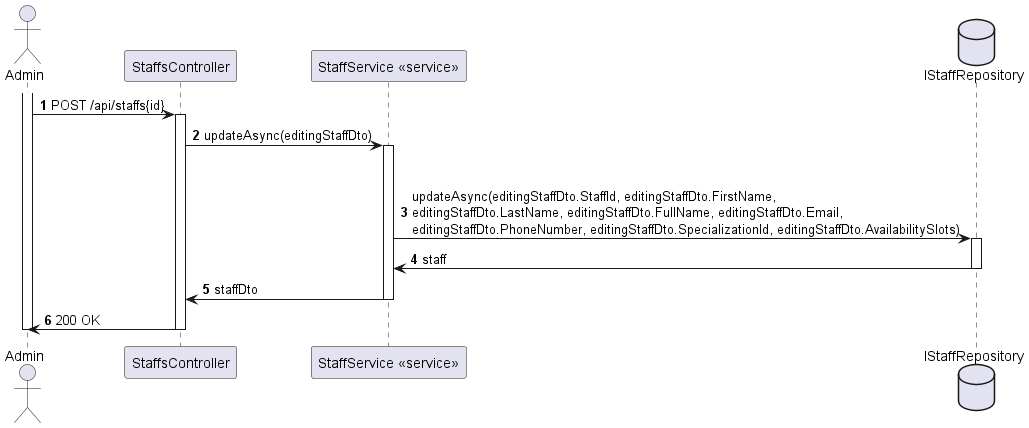
Earlier version of the PlantUML export docs/StaffProfileUpdate/views/level3/process-view2.png (Lapr5G21/sem5pi-24-25-3ddg21).
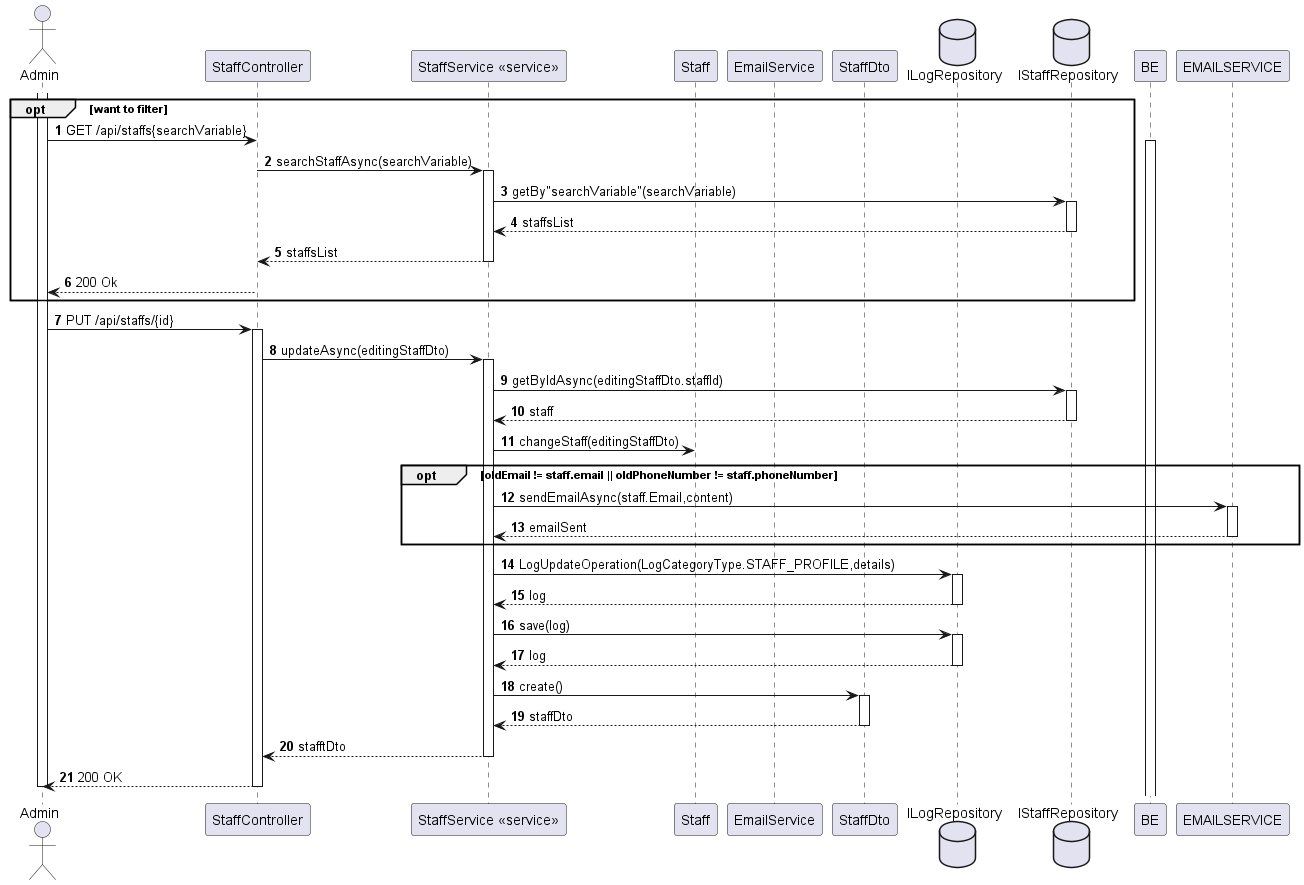
After the change.

Commit message:
Update Staff Diagrams Update #13

What changed in the source:
```diff
@@ -1,38 +1,87 @@
 @startuml
 autonumber
 actor Admin as "Admin"
-participant CTRL as "StaffsController"
+participant CTRL as "StaffController"
 participant SERVICE as "StaffService <<service>>"
-
+participant StaffDomain as "Staff"
+participant EmailService as "EmailService"
+participant StaffDto as "StaffDto"
+database ILogRepository as "ILogRepository"
 database IStaffRepository as "IStaffRepository"
 
 
+opt want to filter
+    Admin -> CTRL : GET /api/staffs{searchVariable}
+    activate BE
+            CTRL -> SERVICE : searchStaffAsync(searchVariable)
+        activate SERVICE
+                SERVICE -> IStaffRepository : getBy"searchVariable"(searchVariable)
+                activate IStaffRepository
+                IStaffRepository --> SERVICE : staffsList
+                deactivate IStaffRepository
+            SERVICE --> CTRL : staffsList
+        deactivate SERVICE
+    CTRL --> Admin : 200 Ok
+    deactivate CTRL
+end
+
 activate Admin
 
-Admin -> CTRL : POST /api/staffs{id}
+Admin -> CTRL : PUT /api/staffs/{id}
 activate CTRL
 
 CTRL -> SERVICE : updateAsync(editingStaffDto)
 activate SERVICE
 
+SERVICE -> IStaffRepository : getByIdAsync(editingStaffDto.staffId)
 
+activate IStaffRepository
+
+IStaffRepository --> SERVICE : staff
 
 deactivate IStaffRepository
 
-SERVICE -> IStaffRepository : updateAsync(editingStaffDto.StaffId, editingStaffDto.FirstName, \neditingStaffDto.LastName, editingStaffDto.FullName, editingStaffDto.Email, \neditingStaffDto.PhoneNumber, editingStaffDto.SpecializationId, editingStaffDto.AvailabilitySlots)
+SERVICE -> StaffDomain : changeStaff(editingStaffDto)
 
-activate IStaffRepository
+opt oldEmail != staff.email || oldPhoneNumber != staff.phoneNumber
 
-IStaffRepository -> SERVICE : staff
+SERVICE -> EMAILSERVICE : sendEmailAsync(staff.Email,content)
 
-deactivate IStaffRepository
+activate EMAILSERVICE
 
+EMAILSERVICE --> SERVICE : emailSent
 
-SERVICE -> CTRL : staffDto
+deactivate EMAILSERVICE
+
+end opt
+
+SERVICE -> ILogRepository : LogUpdateOperation(LogCategoryType.STAFF_PROFILE,details)
+
+activate ILogRepository
+
+ILogRepository --> SERVICE : log
+
+deactivate ILogRepository
+
+SERVICE -> ILogRepository : save(log)
+
+activate ILogRepository
+
+ILogRepository --> SERVICE : log
+
+deactivate ILogRepository
+
+SERVICE -> StaffDto : create()
+
+activate StaffDto
+StaffDto --> SERVICE : staffDto
+deactivate StaffDto
+
+SERVICE --> CTRL : stafftDto
 
 deactivate SERVICE
 
-CTRL -> Admin : 200 OK
+CTRL --> Admin : 200 OK
 
 deactivate CTRL
 
```
